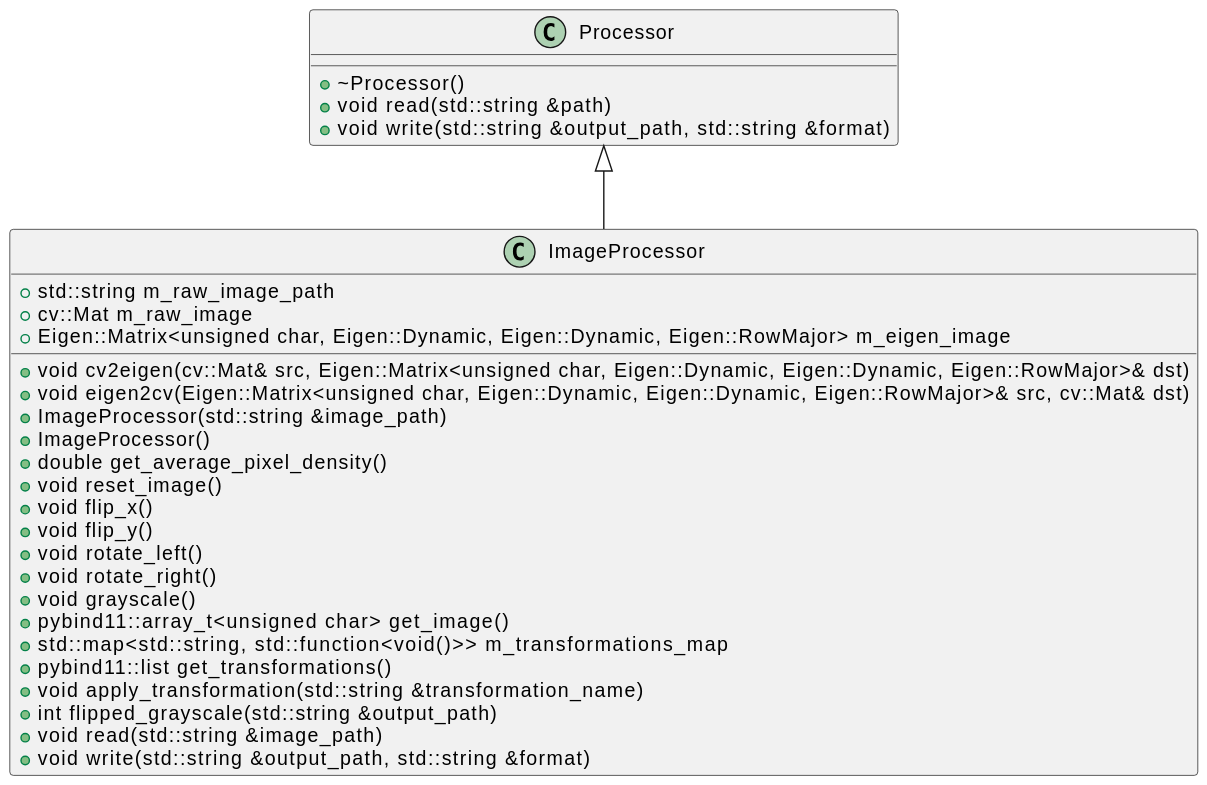
This is docs/assets/ImageProcessor.svg from spenser-millburn/surescan-take-home, a PlantUML export, as it was before one commit.
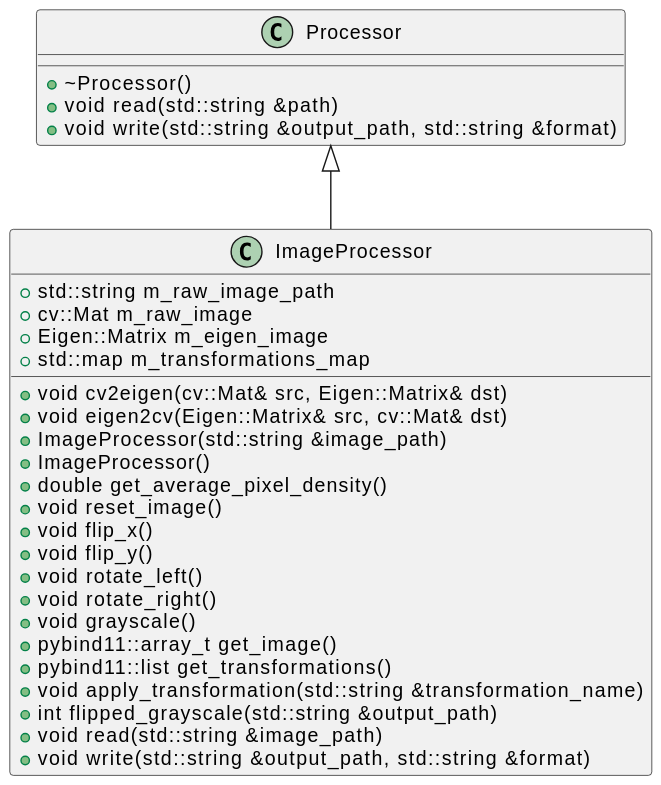
The same file after the commit.

Change to the diagram source:
```diff
@@ -8,9 +8,9 @@
 class ImageProcessor {
     +std::string m_raw_image_path
     +cv::Mat m_raw_image
-    +Eigen::Matrix<unsigned char, Eigen::Dynamic, Eigen::Dynamic, Eigen::RowMajor> m_eigen_image
-    +void cv2eigen(cv::Mat& src, Eigen::Matrix<unsigned char, Eigen::Dynamic, Eigen::Dynamic, Eigen::RowMajor>& dst)
-    +void eigen2cv(Eigen::Matrix<unsigned char, Eigen::Dynamic, Eigen::Dynamic, Eigen::RowMajor>& src, cv::Mat& dst)
+    +Eigen::Matrix m_eigen_image
+    +void cv2eigen(cv::Mat& src, Eigen::Matrix& dst)
+    +void eigen2cv(Eigen::Matrix& src, cv::Mat& dst)
     +ImageProcessor(std::string &image_path)
     +ImageProcessor()
     +double get_average_pixel_density()
@@ -20,8 +20,8 @@
     +void rotate_left()
     +void rotate_right()
     +void grayscale()
-    +pybind11::array_t<unsigned char> get_image()
-    +std::map<std::string, std::function<void()>> m_transformations_map
+    +pybind11::array_t get_image()
+    +std::map m_transformations_map
     +pybind11::list get_transformations()
     +void apply_transformation(std::string &transformation_name)
     +int flipped_grayscale(std::string &output_path)
```
